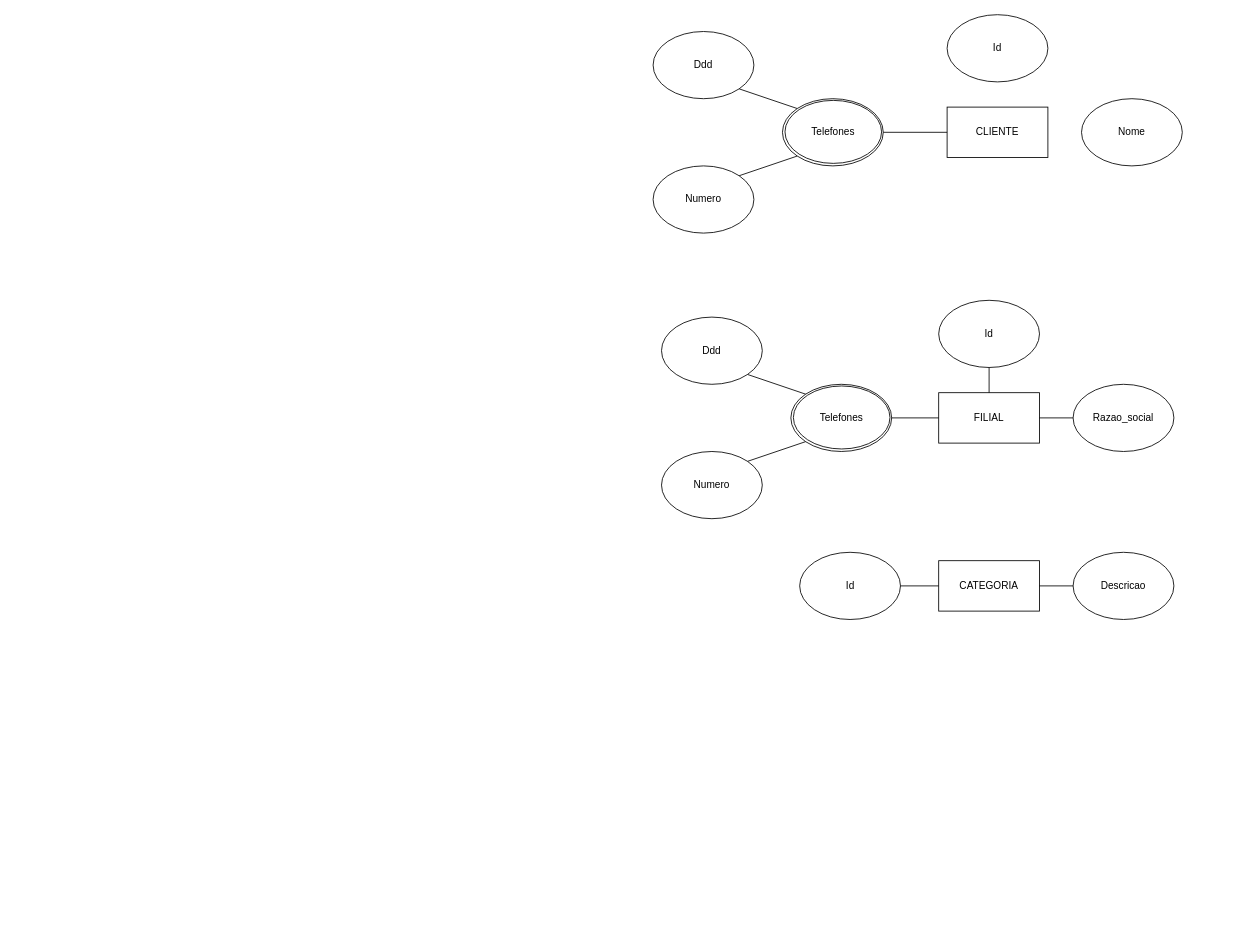
The draw.io diagram BDLEO.drawio in Konitch/Diagram, before the edit. Source tidied: cells renumbered, new cells numbered last; positions are measured from the earlier drawing's top-left corner, leaving out a move shared by most shapes. Both pictures are drawn from the tidied source at 84%, with x=0, y=0 at pixel (653, 14).
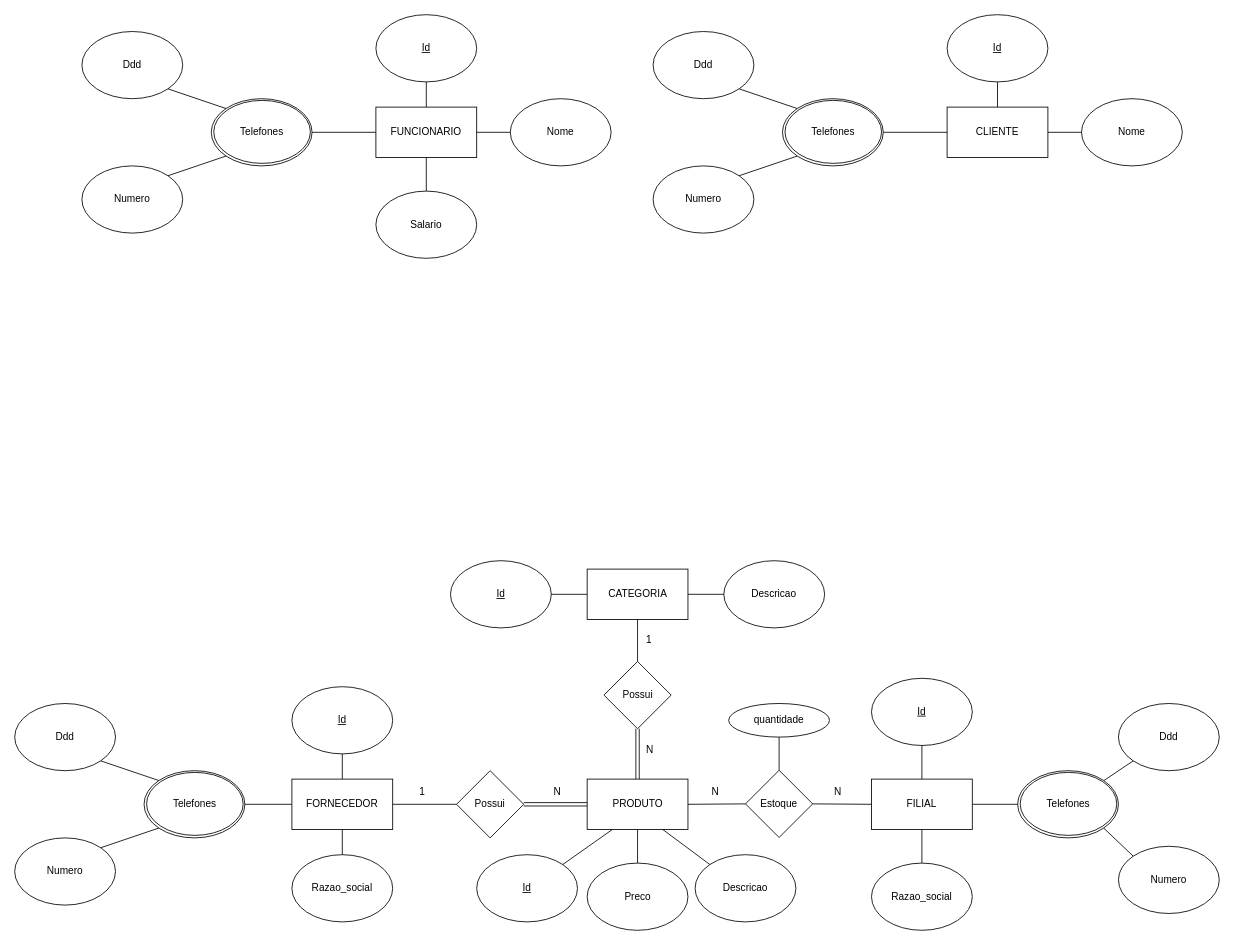
The same page after the edit.

The change refers to these unchanged cells:
```xml
<mxCell id="2" value="CLIENTE" style="rounded=0;whiteSpace=wrap;html=1;" parent="1" vertex="1">
  <mxGeometry x="350" y="110" width="120" height="60" as="geometry" />
</mxCell>
<mxCell id="4" value="Nome" style="ellipse;whiteSpace=wrap;html=1;" parent="1" vertex="1">
  <mxGeometry x="510" y="100" width="120" height="80" as="geometry" />
</mxCell>
```

Change to the diagram source:
```diff
@@
-    <mxCell id="3" value="Id" style="ellipse;whiteSpace=wrap;html=1;" parent="1" vertex="1">
+    <mxCell id="3" value="&lt;u&gt;Id&lt;/u&gt;" style="ellipse;whiteSpace=wrap;html=1;" parent="1" vertex="1">
       <mxGeometry x="350" width="120" height="80" as="geometry" />
     </mxCell>
@@
     <mxCell id="5" value="FILIAL" style="rounded=0;whiteSpace=wrap;html=1;" parent="1" vertex="1">
-      <mxGeometry x="340" y="450" width="120" height="60" as="geometry" />
+      <mxGeometry x="260" y="910" width="120" height="60" as="geometry" />
     </mxCell>
-    <mxCell id="6" value="Id" style="ellipse;whiteSpace=wrap;html=1;" parent="1" vertex="1">
-      <mxGeometry x="340" y="340" width="120" height="80" as="geometry" />
+    <mxCell id="6" value="&lt;u&gt;Id&lt;/u&gt;" style="ellipse;whiteSpace=wrap;html=1;" parent="1" vertex="1">
+      <mxGeometry x="260" y="790" width="120" height="80" as="geometry" />
     </mxCell>
     <mxCell id="7" value="Razao_social" style="ellipse;whiteSpace=wrap;html=1;" parent="1" vertex="1">
-      <mxGeometry x="500" y="440" width="120" height="80" as="geometry" />
+      <mxGeometry x="260" y="1010" width="120" height="80" as="geometry" />
     </mxCell>
     <mxCell id="8" style="ellipse;whiteSpace=wrap;html=1;" parent="1" vertex="1">
-      <mxGeometry x="164" y="440" width="120" height="80" as="geometry" />
+      <mxGeometry x="434" y="900" width="120" height="80" as="geometry" />
     </mxCell>
     <mxCell id="9" value="Telefones" style="ellipse;whiteSpace=wrap;html=1;" parent="1" vertex="1">
-      <mxGeometry x="167" y="442" width="115" height="75" as="geometry" />
+      <mxGeometry x="437" y="902" width="115" height="75" as="geometry" />
     </mxCell>
     <mxCell id="10" value="Ddd" style="ellipse;whiteSpace=wrap;html=1;" parent="1" vertex="1">
-      <mxGeometry x="10" y="360" width="120" height="80" as="geometry" />
+      <mxGeometry x="554" y="820" width="120" height="80" as="geometry" />
     </mxCell>
     <mxCell id="11" value="Numero" style="ellipse;whiteSpace=wrap;html=1;" parent="1" vertex="1">
-      <mxGeometry x="10" y="520" width="120" height="80" as="geometry" />
+      <mxGeometry x="554" y="990" width="120" height="80" as="geometry" />
     </mxCell>
     <mxCell id="12" value="CATEGORIA" style="rounded=0;whiteSpace=wrap;html=1;" parent="1" vertex="1">
-      <mxGeometry x="340" y="650" width="120" height="60" as="geometry" />
+      <mxGeometry x="-78.5" y="660" width="120" height="60" as="geometry" />
     </mxCell>
-    <mxCell id="13" value="Id" style="ellipse;whiteSpace=wrap;html=1;" parent="1" vertex="1">
-      <mxGeometry x="174.5" y="640" width="120" height="80" as="geometry" />
+    <mxCell id="13" value="&lt;u&gt;Id&lt;/u&gt;" style="ellipse;whiteSpace=wrap;html=1;" parent="1" vertex="1">
+      <mxGeometry x="-241.2" y="650" width="120" height="80" as="geometry" />
     </mxCell>
     <mxCell id="14" value="Descricao" style="ellipse;whiteSpace=wrap;html=1;" parent="1" vertex="1">
-      <mxGeometry x="500" y="640" width="120" height="80" as="geometry" />
+      <mxGeometry x="84.2" y="650" width="120" height="80" as="geometry" />
     </mxCell>
@@
-    <mxCell id="17" style="endArrow=none;html=1;rounded=0;entryX=0;entryY=0.5;entryDx=0;entryDy=0;exitX=1;exitY=0.5;exitDx=0;exitDy=0;" parent="1" edge="1" source="8" target="5">
+    <mxCell id="17" style="endArrow=none;html=1;rounded=0;entryX=1;entryY=0.5;entryDx=0;entryDy=0;exitX=0;exitY=0.5;exitDx=0;exitDy=0;" parent="1" edge="1" source="8" target="5">
       <mxGeometry relative="1" as="geometry" />
     </mxCell>
-    <mxCell id="18" style="endArrow=none;html=1;rounded=0;entryX=1;entryY=0.5;entryDx=0;entryDy=0;exitX=0;exitY=0.5;exitDx=0;exitDy=0;" parent="1" edge="1" source="7" target="5">
+    <mxCell id="18" style="endArrow=none;html=1;rounded=0;entryX=0.5;entryY=1;entryDx=0;entryDy=0;exitX=0.5;exitY=0;exitDx=0;exitDy=0;" parent="1" edge="1" source="7" target="5">
       <mxGeometry relative="1" as="geometry" />
     </mxCell>
@@
-    <mxCell id="20" style="endArrow=none;html=1;rounded=0;exitX=1;exitY=1;exitDx=0;exitDy=0;entryX=0;entryY=0;entryDx=0;entryDy=0;" parent="1" edge="1" source="10" target="8">
+    <mxCell id="20" style="endArrow=none;html=1;rounded=0;exitX=0;exitY=1;exitDx=0;exitDy=0;" parent="1" edge="1" source="10" target="8">
       <mxGeometry relative="1" as="geometry" />
     </mxCell>
-    <mxCell id="21" style="endArrow=none;html=1;rounded=0;exitX=1;exitY=0;exitDx=0;exitDy=0;entryX=0;entryY=1;entryDx=0;entryDy=0;" parent="1" edge="1" source="11" target="8">
+    <mxCell id="21" style="endArrow=none;html=1;rounded=0;exitX=0;exitY=0;exitDx=0;exitDy=0;entryX=1;entryY=1;entryDx=0;entryDy=0;" parent="1" edge="1" source="11" target="8">
       <mxGeometry relative="1" as="geometry" />
     </mxCell>
@@
+    <mxCell id="29" value="PRODUTO" style="rounded=0;whiteSpace=wrap;html=1;" parent="1" vertex="1">
+      <mxGeometry x="-78.5" y="910" width="120" height="60" as="geometry" />
+    </mxCell>
+    <mxCell id="30" value="&lt;u&gt;Id&lt;/u&gt;" style="ellipse;whiteSpace=wrap;html=1;" parent="1" vertex="1">
+      <mxGeometry x="-210" y="1000" width="120" height="80" as="geometry" />
+    </mxCell>
+    <mxCell id="31" value="Descricao" style="ellipse;whiteSpace=wrap;html=1;" parent="1" vertex="1">
+      <mxGeometry x="50" y="1000" width="120" height="80" as="geometry" />
+    </mxCell>
+    <mxCell id="32" style="endArrow=none;html=1;rounded=0;entryX=0.25;entryY=1;entryDx=0;entryDy=0;exitX=1;exitY=0;exitDx=0;exitDy=0;" parent="1" edge="1" source="30" target="29">
+      <mxGeometry relative="1" as="geometry" />
+    </mxCell>
+    <mxCell id="33" style="endArrow=none;html=1;rounded=0;exitX=0.75;exitY=1;exitDx=0;exitDy=0;entryX=0;entryY=0;entryDx=0;entryDy=0;" parent="1" edge="1" source="29" target="31">
+      <mxGeometry relative="1" as="geometry" />
+    </mxCell>
+    <mxCell id="34" value="Preco" style="ellipse;whiteSpace=wrap;html=1;" parent="1" vertex="1">
+      <mxGeometry x="-78.5" y="1010" width="120" height="80" as="geometry" />
+    </mxCell>
+    <mxCell id="35" style="endArrow=none;html=1;rounded=0;entryX=0.5;entryY=1;entryDx=0;entryDy=0;exitX=0.5;exitY=0;exitDx=0;exitDy=0;" parent="1" edge="1" source="34" target="29">
+      <mxGeometry relative="1" as="geometry" />
+    </mxCell>
+    <mxCell id="36" value="Possui" style="rhombus;whiteSpace=wrap;html=1;" parent="1" vertex="1">
+      <mxGeometry x="-58.5" y="770" width="80" height="80" as="geometry" />
+    </mxCell>
+    <mxCell id="37" style="endArrow=none;html=1;rounded=0;entryX=0.5;entryY=1;entryDx=0;entryDy=0;exitX=0.5;exitY=0;exitDx=0;exitDy=0;" parent="1" edge="1" source="36" target="12">
+      <mxGeometry relative="1" as="geometry" />
+    </mxCell>
+    <mxCell id="38" value="N" style="text;strokeColor=none;fillColor=none;align=left;verticalAlign=middle;spacingLeft=4;spacingRight=4;overflow=hidden;whiteSpace=wrap;html=1;" parent="1" vertex="1">
+      <mxGeometry x="-14" y="860" width="20" height="30" as="geometry" />
+    </mxCell>
+    <mxCell id="39" value="1" style="text;strokeColor=none;fillColor=none;align=left;verticalAlign=middle;spacingLeft=4;spacingRight=4;overflow=hidden;whiteSpace=wrap;html=1;" parent="1" vertex="1">
+      <mxGeometry x="-14" y="730" width="20" height="30" as="geometry" />
+    </mxCell>
+    <mxCell id="40" style="shape=link;html=1;rounded=0;exitX=0.5;exitY=0;exitDx=0;exitDy=0;entryX=0.5;entryY=1;entryDx=0;entryDy=0;" parent="1" edge="1" source="29" target="36">
+      <mxGeometry relative="1" as="geometry" />
+    </mxCell>
+    <mxCell id="41" value="FORNECEDOR" style="rounded=0;whiteSpace=wrap;html=1;" parent="1" vertex="1">
+      <mxGeometry x="-430" y="910" width="120" height="60" as="geometry" />
+    </mxCell>
+    <mxCell id="42" value="&lt;u&gt;Id&lt;/u&gt;" style="ellipse;whiteSpace=wrap;html=1;" parent="1" vertex="1">
+      <mxGeometry x="-430" y="800" width="120" height="80" as="geometry" />
+    </mxCell>
+    <mxCell id="43" value="Razao_social" style="ellipse;whiteSpace=wrap;html=1;" parent="1" vertex="1">
+      <mxGeometry x="-430" y="1000" width="120" height="80" as="geometry" />
+    </mxCell>
+    <mxCell id="44" style="ellipse;whiteSpace=wrap;html=1;" parent="1" vertex="1">
+      <mxGeometry x="-606" y="900" width="120" height="80" as="geometry" />
+    </mxCell>
+    <mxCell id="45" value="Telefones" style="ellipse;whiteSpace=wrap;html=1;" parent="1" vertex="1">
+      <mxGeometry x="-603" y="902" width="115" height="75" as="geometry" />
+    </mxCell>
+    <mxCell id="46" value="Ddd" style="ellipse;whiteSpace=wrap;html=1;" parent="1" vertex="1">
+      <mxGeometry x="-760" y="820" width="120" height="80" as="geometry" />
+    </mxCell>
+    <mxCell id="47" value="Numero" style="ellipse;whiteSpace=wrap;html=1;" parent="1" vertex="1">
+      <mxGeometry x="-760" y="980" width="120" height="80" as="geometry" />
+    </mxCell>
+    <mxCell id="48" style="endArrow=none;html=1;rounded=0;entryX=0;entryY=0.5;entryDx=0;entryDy=0;exitX=1;exitY=0.5;exitDx=0;exitDy=0;" parent="1" edge="1" source="44" target="41">
+      <mxGeometry relative="1" as="geometry" />
+    </mxCell>
+    <mxCell id="49" style="endArrow=none;html=1;rounded=0;entryX=0.5;entryY=1;entryDx=0;entryDy=0;exitX=0.5;exitY=0;exitDx=0;exitDy=0;" parent="1" edge="1" source="43" target="41">
+      <mxGeometry relative="1" as="geometry" />
+    </mxCell>
+    <mxCell id="50" style="endArrow=none;html=1;rounded=0;entryX=0.5;entryY=1;entryDx=0;entryDy=0;exitX=0.5;exitY=0;exitDx=0;exitDy=0;" parent="1" edge="1" source="41" target="42">
+      <mxGeometry relative="1" as="geometry" />
+    </mxCell>
+    <mxCell id="51" style="endArrow=none;html=1;rounded=0;exitX=1;exitY=1;exitDx=0;exitDy=0;entryX=0;entryY=0;entryDx=0;entryDy=0;" parent="1" edge="1" source="46" target="44">
+      <mxGeometry relative="1" as="geometry" />
+    </mxCell>
+    <mxCell id="52" style="endArrow=none;html=1;rounded=0;exitX=1;exitY=0;exitDx=0;exitDy=0;entryX=0;entryY=1;entryDx=0;entryDy=0;" parent="1" edge="1" source="47" target="44">
+      <mxGeometry relative="1" as="geometry" />
+    </mxCell>
+    <mxCell id="53" style="endArrow=none;html=1;rounded=0;exitX=0.5;exitY=0;exitDx=0;exitDy=0;entryX=0.5;entryY=1;entryDx=0;entryDy=0;" parent="1" edge="1" source="2" target="3">
+      <mxGeometry relative="1" as="geometry" />
+    </mxCell>
+    <mxCell id="54" style="endArrow=none;html=1;rounded=0;exitX=1;exitY=0.5;exitDx=0;exitDy=0;entryX=0;entryY=0.5;entryDx=0;entryDy=0;" parent="1" edge="1" source="2" target="4">
+      <mxGeometry relative="1" as="geometry" />
+    </mxCell>
+    <mxCell id="55" value="FUNCIONARIO" style="rounded=0;whiteSpace=wrap;html=1;" parent="1" vertex="1">
+      <mxGeometry x="-330" y="110" width="120" height="60" as="geometry" />
+    </mxCell>
+    <mxCell id="56" value="&lt;u&gt;Id&lt;/u&gt;" style="ellipse;whiteSpace=wrap;html=1;" parent="1" vertex="1">
+      <mxGeometry x="-330" width="120" height="80" as="geometry" />
+    </mxCell>
+    <mxCell id="57" value="Nome" style="ellipse;whiteSpace=wrap;html=1;" parent="1" vertex="1">
+      <mxGeometry x="-170" y="100" width="120" height="80" as="geometry" />
+    </mxCell>
+    <mxCell id="58" style="ellipse;whiteSpace=wrap;html=1;" parent="1" vertex="1">
+      <mxGeometry x="-526" y="100" width="120" height="80" as="geometry" />
+    </mxCell>
+    <mxCell id="59" value="Telefones" style="ellipse;whiteSpace=wrap;html=1;" parent="1" vertex="1">
+      <mxGeometry x="-523" y="102" width="115" height="75" as="geometry" />
+    </mxCell>
+    <mxCell id="60" value="Ddd" style="ellipse;whiteSpace=wrap;html=1;" parent="1" vertex="1">
+      <mxGeometry x="-680" y="20" width="120" height="80" as="geometry" />
+    </mxCell>
+    <mxCell id="61" value="Numero" style="ellipse;whiteSpace=wrap;html=1;" parent="1" vertex="1">
+      <mxGeometry x="-680" y="180" width="120" height="80" as="geometry" />
+    </mxCell>
+    <mxCell id="62" style="endArrow=none;html=1;rounded=0;exitX=1;exitY=1;exitDx=0;exitDy=0;entryX=0;entryY=0;entryDx=0;entryDy=0;" parent="1" edge="1" source="60" target="58">
+      <mxGeometry relative="1" as="geometry" />
+    </mxCell>
+    <mxCell id="63" style="endArrow=none;html=1;rounded=0;exitX=1;exitY=0;exitDx=0;exitDy=0;entryX=0;entryY=1;entryDx=0;entryDy=0;" parent="1" edge="1" source="61" target="58">
+      <mxGeometry relative="1" as="geometry" />
+    </mxCell>
+    <mxCell id="64" style="endArrow=none;html=1;rounded=0;entryX=0;entryY=0.5;entryDx=0;entryDy=0;exitX=1;exitY=0.5;exitDx=0;exitDy=0;" parent="1" edge="1" source="58" target="55">
+      <mxGeometry relative="1" as="geometry" />
+    </mxCell>
+    <mxCell id="65" style="endArrow=none;html=1;rounded=0;exitX=0.5;exitY=0;exitDx=0;exitDy=0;entryX=0.5;entryY=1;entryDx=0;entryDy=0;" parent="1" edge="1" source="55" target="56">
+      <mxGeometry relative="1" as="geometry" />
+    </mxCell>
+    <mxCell id="66" style="endArrow=none;html=1;rounded=0;exitX=1;exitY=0.5;exitDx=0;exitDy=0;entryX=0;entryY=0.5;entryDx=0;entryDy=0;" parent="1" edge="1" source="55" target="57">
+      <mxGeometry relative="1" as="geometry" />
+    </mxCell>
+    <mxCell id="67" value="Salario" style="ellipse;whiteSpace=wrap;html=1;" parent="1" vertex="1">
+      <mxGeometry x="-330" y="210" width="120" height="80" as="geometry" />
+    </mxCell>
+    <mxCell id="68" style="endArrow=none;html=1;rounded=0;exitX=0.5;exitY=0;exitDx=0;exitDy=0;entryX=0.5;entryY=1;entryDx=0;entryDy=0;" parent="1" edge="1" source="67" target="55">
+      <mxGeometry relative="1" as="geometry" />
+    </mxCell>
+    <mxCell id="69" value="Possui" style="rhombus;whiteSpace=wrap;html=1;" parent="1" vertex="1">
+      <mxGeometry x="-234" y="900" width="80" height="80" as="geometry" />
+    </mxCell>
+    <mxCell id="70" style="endArrow=none;html=1;rounded=0;exitX=1;exitY=0.5;exitDx=0;exitDy=0;entryX=0;entryY=0.5;entryDx=0;entryDy=0;" parent="1" edge="1" source="41" target="69">
+      <mxGeometry relative="1" as="geometry" />
+    </mxCell>
+    <mxCell id="71" style="shape=link;html=1;rounded=0;entryX=0;entryY=0.5;entryDx=0;entryDy=0;exitX=1;exitY=0.5;exitDx=0;exitDy=0;" parent="1" edge="1" source="69" target="29">
+      <mxGeometry relative="1" as="geometry" />
+    </mxCell>
+    <mxCell id="72" value="N" style="text;strokeColor=none;fillColor=none;align=left;verticalAlign=middle;spacingLeft=4;spacingRight=4;overflow=hidden;whiteSpace=wrap;html=1;" parent="1" vertex="1">
+      <mxGeometry x="-124" y="910" width="20" height="30" as="geometry" />
+    </mxCell>
+    <mxCell id="73" value="1" style="text;strokeColor=none;fillColor=none;align=left;verticalAlign=middle;spacingLeft=4;spacingRight=4;overflow=hidden;whiteSpace=wrap;html=1;" parent="1" vertex="1">
+      <mxGeometry x="-284" y="910" width="20" height="30" as="geometry" />
+    </mxCell>
+    <mxCell id="74" value="Estoque" style="rhombus;whiteSpace=wrap;html=1;" parent="1" vertex="1">
+      <mxGeometry x="110" y="899.5" width="80" height="80" as="geometry" />
+    </mxCell>
+    <mxCell id="75" style="endArrow=none;html=1;rounded=0;exitX=1;exitY=0.5;exitDx=0;exitDy=0;entryX=0;entryY=0.5;entryDx=0;entryDy=0;" parent="1" edge="1" source="74" target="5">
+      <mxGeometry relative="1" as="geometry" />
+    </mxCell>
+    <mxCell id="76" style="endArrow=none;html=1;rounded=0;exitX=1;exitY=0.5;exitDx=0;exitDy=0;entryX=0;entryY=0.5;entryDx=0;entryDy=0;" parent="1" edge="1" source="29" target="74">
+      <mxGeometry relative="1" as="geometry" />
+    </mxCell>
+    <mxCell id="77" style="endArrow=none;html=1;rounded=0;exitX=0.5;exitY=0;exitDx=0;exitDy=0;" parent="1" edge="1" source="74" target="78">
+      <mxGeometry relative="1" as="geometry" />
+    </mxCell>
+    <mxCell id="78" value="quantidade" style="ellipse;whiteSpace=wrap;html=1;" parent="1" vertex="1">
+      <mxGeometry x="90" y="820" width="120" height="40" as="geometry" />
+    </mxCell>
+    <mxCell id="79" value="N" style="text;strokeColor=none;fillColor=none;align=left;verticalAlign=middle;spacingLeft=4;spacingRight=4;overflow=hidden;whiteSpace=wrap;html=1;" parent="1" vertex="1">
+      <mxGeometry x="64.2" y="910" width="20" height="30" as="geometry" />
+    </mxCell>
+    <mxCell id="80" value="N" style="text;strokeColor=none;fillColor=none;align=left;verticalAlign=middle;spacingLeft=4;spacingRight=4;overflow=hidden;whiteSpace=wrap;html=1;" parent="1" vertex="1">
+      <mxGeometry x="210" y="910" width="20" height="30" as="geometry" />
+    </mxCell>
```
